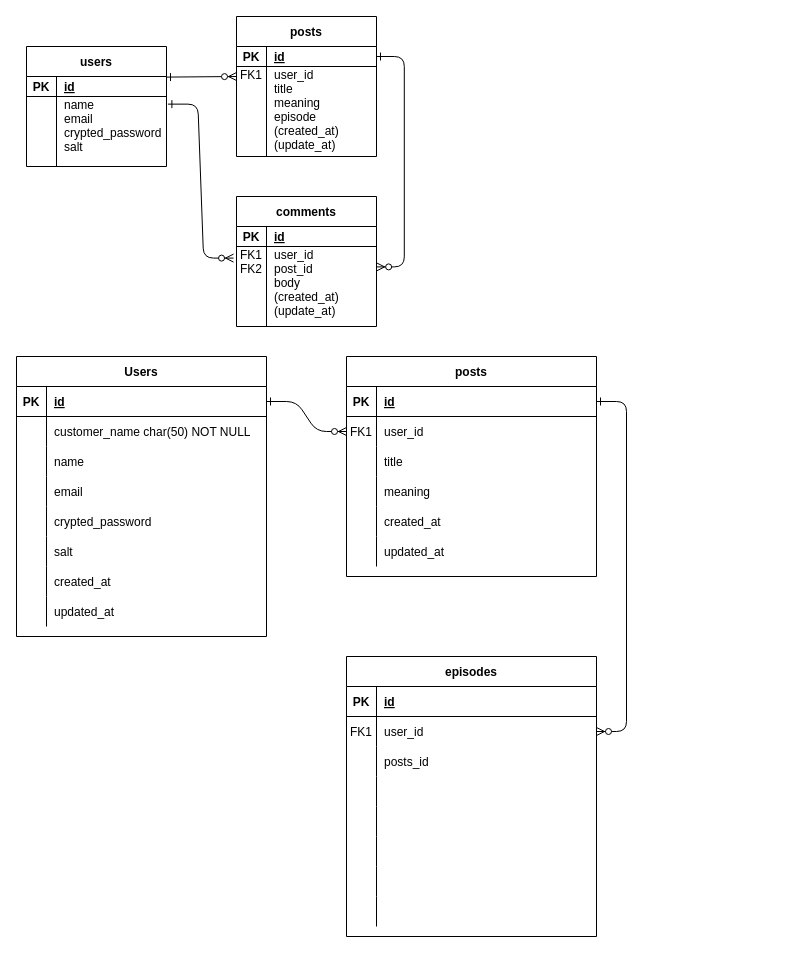
Earlier version of the draw.io diagram Group1_ER図.drawio (RUNTEQ-62-GROUP-DEVELOPMENT/Group1). Source tidied: cells renumbered, new cells numbered last; positions are measured from the earlier drawing's top-left corner, leaving out a move shared by most shapes. Both pictures are drawn from the tidied source at 100%, with x=0, y=0 at pixel (16, 16).
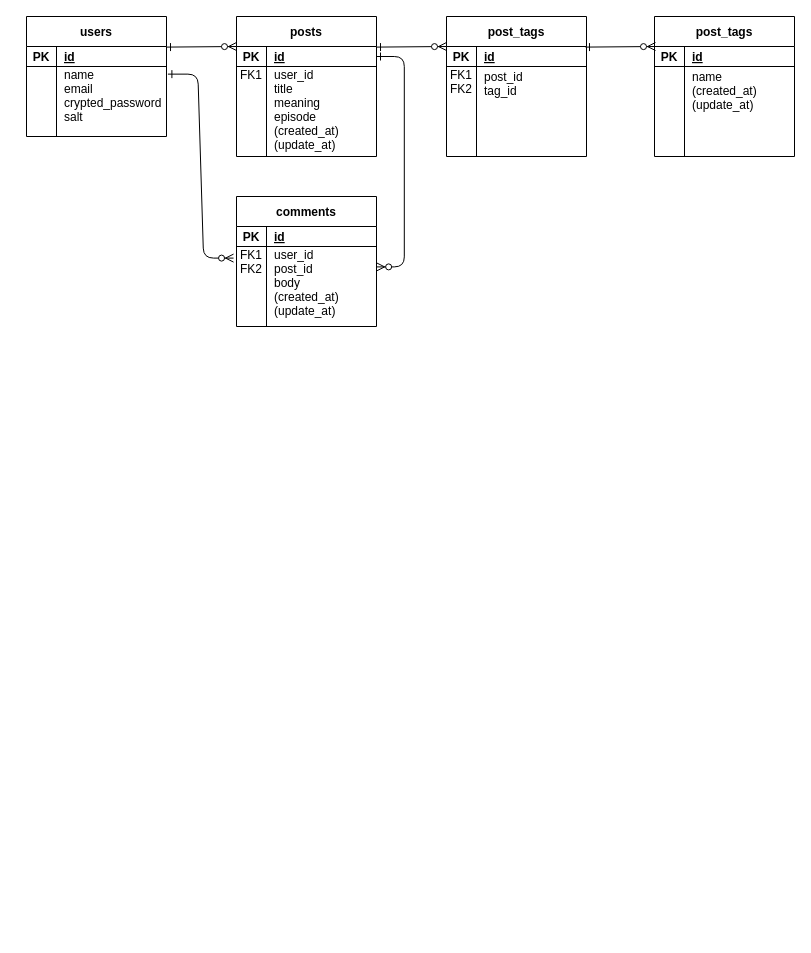
The same diagram, later.

Commit message:
Group1_ER図.drawio_タグ機能の追加

Unchanged cells that the change refers to:
```xml
<mxCell id="12" style="shape=partialRectangle;fillColor=none;points=[[0,0.5],[1,0.5]];portConstraint=eastwest;top=0;left=0;right=0;bottom=1;" parent="11" vertex="1">
  <mxGeometry y="30" width="140" height="20" as="geometry" />
</mxCell>
<mxCell id="22" style="shape=partialRectangle;fillColor=none;points=[[0,0.5],[1,0.5]];portConstraint=eastwest;top=0;left=0;right=0;bottom=0;" parent="18" vertex="1">
  <mxGeometry y="50" width="140" height="80" as="geometry" />
</mxCell>
```

Diff of the diagram source:
```diff
@@
     <mxCell id="2" style="endArrow=ERzeroToMany;startArrow=ERone;endFill=1;startFill=0;exitX=1;exitY=0.5;exitDx=0;exitDy=0;edgeStyle=elbowEdgeStyle;entryX=1.001;entryY=0.255;entryDx=0;entryDy=0;elbow=horizontal;entryPerimeter=0;" parent="1" edge="1" source="12" target="22">
       <mxGeometry relative="1" as="geometry">
         <Array as="points">
-          <mxPoint x="387.8" y="200" />
+          <mxPoint x="387.8" y="170" />
         </Array>
       </mxGeometry>
     </mxCell>
     <mxCell id="3" value="users" style="shape=table;startSize=30;childLayout=tableLayout;rowLines=0;fontStyle=1;align=center;" parent="1" vertex="1">
-      <mxGeometry x="10" y="30" width="140" height="120" as="geometry" />
+      <mxGeometry x="10" width="140" height="120" as="geometry" />
     </mxCell>
@@
     <mxCell id="25" style="endArrow=ERzeroToMany;startArrow=ERone;endFill=1;startFill=0;" parent="1" edge="1">
       <mxGeometry relative="1" as="geometry">
-        <mxPoint x="150" y="60.6" as="sourcePoint" />
-        <mxPoint x="220" y="60" as="targetPoint" />
+        <mxPoint x="150" y="30.6" as="sourcePoint" />
+        <mxPoint x="220" y="30" as="targetPoint" />
       </mxGeometry>
     </mxCell>
-    <mxCell id="26" style="edgeStyle=entityRelationEdgeStyle;endArrow=ERzeroToMany;startArrow=ERone;endFill=1;startFill=0;" parent="1" edge="1" source="73" target="32">
-      <mxGeometry relative="1" as="geometry" />
-    </mxCell>
-    <mxCell id="27" style="edgeStyle=entityRelationEdgeStyle;endArrow=ERzeroToMany;startArrow=ERone;endFill=1;startFill=0;" parent="1" edge="1" source="29" target="51">
-      <mxGeometry relative="1" as="geometry" />
-    </mxCell>
-    <mxCell id="28" value="posts" style="shape=table;startSize=30;childLayout=tableLayout;rowLines=0;fontStyle=1;align=center;" parent="1" vertex="1">
-      <mxGeometry x="330" y="340" width="250" height="220" as="geometry" />
-    </mxCell>
-    <mxCell id="29" style="shape=partialRectangle;fillColor=none;points=[[0,0.5],[1,0.5]];portConstraint=eastwest;top=0;left=0;right=0;bottom=1;" parent="28" vertex="1">
-      <mxGeometry y="30" width="250" height="30" as="geometry" />
-    </mxCell>
-    <mxCell id="30" value="PK" style="shape=partialRectangle;overflow=hidden;fillColor=none;top=0;left=0;bottom=0;right=0;fontStyle=1;" parent="29" vertex="1">
-      <mxGeometry width="30" height="30" as="geometry" />
-    </mxCell>
-    <mxCell id="31" value="id" style="shape=partialRectangle;overflow=hidden;fillColor=none;top=0;left=0;bottom=0;right=0;align=left;spacingLeft=6;fontStyle=5;" parent="29" vertex="1">
-      <mxGeometry x="30" width="220" height="30" as="geometry" />
-    </mxCell>
-    <mxCell id="32" style="shape=partialRectangle;fillColor=none;points=[[0,0.5],[1,0.5]];portConstraint=eastwest;top=0;left=0;right=0;bottom=0;" parent="28" vertex="1">
-      <mxGeometry y="60" width="250" height="30" as="geometry" />
-    </mxCell>
-    <mxCell id="33" value="FK1" style="shape=partialRectangle;overflow=hidden;fillColor=none;top=0;left=0;bottom=0;right=0;" parent="32" vertex="1">
-      <mxGeometry width="30" height="30" as="geometry" />
-    </mxCell>
-    <mxCell id="34" value="user_id" style="shape=partialRectangle;overflow=hidden;fillColor=none;top=0;left=0;bottom=0;right=0;align=left;spacingLeft=6;" parent="32" vertex="1">
-      <mxGeometry x="30" width="220" height="30" as="geometry" />
-    </mxCell>
-    <mxCell id="35" style="shape=partialRectangle;fillColor=none;top=0;left=0;right=0;bottom=0;" parent="28" vertex="1">
-      <mxGeometry y="90" width="250" height="30" as="geometry" />
-    </mxCell>
-    <mxCell id="36" style="shape=partialRectangle;overflow=hidden;fillColor=none;top=0;left=0;bottom=0;right=0;" parent="35" vertex="1">
-      <mxGeometry width="30" height="30" as="geometry" />
-    </mxCell>
-    <mxCell id="37" value="title" style="shape=partialRectangle;overflow=hidden;fillColor=none;top=0;left=0;bottom=0;right=0;align=left;spacingLeft=6;" parent="35" vertex="1">
-      <mxGeometry x="30" width="220" height="30" as="geometry" />
-    </mxCell>
-    <mxCell id="38" style="shape=partialRectangle;fillColor=none;top=0;left=0;right=0;bottom=0;" parent="28" vertex="1">
-      <mxGeometry y="120" width="250" height="30" as="geometry" />
-    </mxCell>
-    <mxCell id="39" style="shape=partialRectangle;overflow=hidden;fillColor=none;top=0;left=0;bottom=0;right=0;" parent="38" vertex="1">
-      <mxGeometry width="30" height="30" as="geometry" />
-    </mxCell>
-    <mxCell id="40" value="meaning" style="shape=partialRectangle;overflow=hidden;fillColor=none;top=0;left=0;bottom=0;right=0;align=left;spacingLeft=6;" parent="38" vertex="1">
-      <mxGeometry x="30" width="220" height="30" as="geometry" />
-    </mxCell>
-    <mxCell id="41" style="shape=partialRectangle;fillColor=none;top=0;left=0;right=0;bottom=0;" parent="28" vertex="1">
-      <mxGeometry y="150" width="250" height="30" as="geometry" />
-    </mxCell>
-    <mxCell id="42" style="shape=partialRectangle;overflow=hidden;fillColor=none;top=0;left=0;bottom=0;right=0;" parent="41" vertex="1">
-      <mxGeometry width="30" height="30" as="geometry" />
-    </mxCell>
-    <mxCell id="43" value="created_at" style="shape=partialRectangle;overflow=hidden;fillColor=none;top=0;left=0;bottom=0;right=0;align=left;spacingLeft=6;" parent="41" vertex="1">
-      <mxGeometry x="30" width="220" height="30" as="geometry" />
-    </mxCell>
-    <mxCell id="44" style="shape=partialRectangle;fillColor=none;top=0;left=0;right=0;bottom=0;" parent="28" vertex="1">
-      <mxGeometry y="180" width="250" height="30" as="geometry" />
-    </mxCell>
-    <mxCell id="45" style="shape=partialRectangle;overflow=hidden;fillColor=none;top=0;left=0;bottom=0;right=0;" parent="44" vertex="1">
-      <mxGeometry width="30" height="30" as="geometry" />
-    </mxCell>
-    <mxCell id="46" value="updated_at" style="shape=partialRectangle;overflow=hidden;fillColor=none;top=0;left=0;bottom=0;right=0;align=left;spacingLeft=6;" parent="44" vertex="1">
-      <mxGeometry x="30" width="220" height="30" as="geometry" />
-    </mxCell>
-    <mxCell id="47" value="episodes" style="shape=table;startSize=30;childLayout=tableLayout;rowLines=0;fontStyle=1;align=center;" parent="1" vertex="1">
-      <mxGeometry x="330" y="640" width="250" height="280" as="geometry" />
-    </mxCell>
-    <mxCell id="48" style="shape=partialRectangle;fillColor=none;top=0;left=0;right=0;bottom=1;" parent="47" vertex="1">
-      <mxGeometry y="30" width="250" height="30" as="geometry" />
-    </mxCell>
-    <mxCell id="49" value="PK" style="shape=partialRectangle;overflow=hidden;fillColor=none;top=0;left=0;bottom=0;right=0;fontStyle=1;" parent="48" vertex="1">
-      <mxGeometry width="30" height="30" as="geometry" />
-    </mxCell>
-    <mxCell id="50" value="id" style="shape=partialRectangle;overflow=hidden;fillColor=none;top=0;left=0;bottom=0;right=0;align=left;spacingLeft=6;fontStyle=5;" parent="48" vertex="1">
-      <mxGeometry x="30" width="220" height="30" as="geometry" />
-    </mxCell>
-    <mxCell id="51" style="shape=partialRectangle;fillColor=none;points=[[0,0.5],[1,0.5]];portConstraint=eastwest;top=0;left=0;right=0;bottom=0;" parent="47" vertex="1">
-      <mxGeometry y="60" width="250" height="30" as="geometry" />
-    </mxCell>
-    <mxCell id="52" value="FK1" style="shape=partialRectangle;overflow=hidden;fillColor=none;top=0;left=0;bottom=0;right=0;" parent="51" vertex="1">
-      <mxGeometry width="30" height="30" as="geometry" />
-    </mxCell>
-    <mxCell id="53" value="user_id" style="shape=partialRectangle;overflow=hidden;fillColor=none;top=0;left=0;bottom=0;right=0;align=left;spacingLeft=6;" parent="51" vertex="1">
-      <mxGeometry x="30" width="220" height="30" as="geometry" />
-    </mxCell>
-    <mxCell id="54" style="shape=partialRectangle;fillColor=none;top=0;left=0;right=0;bottom=0;" parent="47" vertex="1">
-      <mxGeometry y="90" width="250" height="30" as="geometry" />
-    </mxCell>
-    <mxCell id="55" style="shape=partialRectangle;overflow=hidden;fillColor=none;top=0;left=0;bottom=0;right=0;" parent="54" vertex="1">
-      <mxGeometry width="30" height="30" as="geometry" />
-    </mxCell>
-    <mxCell id="56" value="posts_id" style="shape=partialRectangle;overflow=hidden;fillColor=none;top=0;left=0;bottom=0;right=0;align=left;spacingLeft=6;" parent="54" vertex="1">
-      <mxGeometry x="30" width="220" height="30" as="geometry" />
-    </mxCell>
-    <mxCell id="57" style="shape=partialRectangle;fillColor=none;top=0;left=0;right=0;bottom=0;" parent="47" vertex="1">
-      <mxGeometry y="120" width="250" height="30" as="geometry" />
-    </mxCell>
-    <mxCell id="58" style="shape=partialRectangle;overflow=hidden;fillColor=none;top=0;left=0;bottom=0;right=0;" parent="57" vertex="1">
-      <mxGeometry width="30" height="30" as="geometry" />
-    </mxCell>
-    <mxCell id="59" style="shape=partialRectangle;overflow=hidden;fillColor=none;top=0;left=0;bottom=0;right=0;align=left;spacingLeft=6;" parent="57" vertex="1">
-      <mxGeometry x="30" width="220" height="30" as="geometry" />
-    </mxCell>
-    <mxCell id="60" style="shape=partialRectangle;fillColor=none;top=0;left=0;right=0;bottom=0;" parent="47" vertex="1">
-      <mxGeometry y="150" width="250" height="30" as="geometry" />
-    </mxCell>
-    <mxCell id="61" style="shape=partialRectangle;overflow=hidden;fillColor=none;top=0;left=0;bottom=0;right=0;" parent="60" vertex="1">
-      <mxGeometry width="30" height="30" as="geometry" />
-    </mxCell>
-    <mxCell id="62" style="shape=partialRectangle;overflow=hidden;fillColor=none;top=0;left=0;bottom=0;right=0;align=left;spacingLeft=6;" parent="60" vertex="1">
-      <mxGeometry x="30" width="220" height="30" as="geometry" />
-    </mxCell>
-    <mxCell id="63" style="shape=partialRectangle;fillColor=none;top=0;left=0;right=0;bottom=0;" parent="47" vertex="1">
-      <mxGeometry y="180" width="250" height="30" as="geometry" />
-    </mxCell>
-    <mxCell id="64" style="shape=partialRectangle;overflow=hidden;fillColor=none;top=0;left=0;bottom=0;right=0;" parent="63" vertex="1">
-      <mxGeometry width="30" height="30" as="geometry" />
-    </mxCell>
-    <mxCell id="65" style="shape=partialRectangle;overflow=hidden;fillColor=none;top=0;left=0;bottom=0;right=0;align=left;spacingLeft=6;" parent="63" vertex="1">
-      <mxGeometry x="30" width="220" height="30" as="geometry" />
-    </mxCell>
-    <mxCell id="66" style="shape=partialRectangle;fillColor=none;top=0;left=0;right=0;bottom=0;" parent="47" vertex="1">
-      <mxGeometry y="210" width="250" height="30" as="geometry" />
-    </mxCell>
-    <mxCell id="67" style="shape=partialRectangle;overflow=hidden;fillColor=none;top=0;left=0;bottom=0;right=0;" parent="66" vertex="1">
-      <mxGeometry width="30" height="30" as="geometry" />
-    </mxCell>
-    <mxCell id="68" style="shape=partialRectangle;overflow=hidden;fillColor=none;top=0;left=0;bottom=0;right=0;align=left;spacingLeft=6;" parent="66" vertex="1">
-      <mxGeometry x="30" width="220" height="30" as="geometry" />
-    </mxCell>
-    <mxCell id="69" style="shape=partialRectangle;fillColor=none;top=0;left=0;right=0;bottom=0;" parent="47" vertex="1">
-      <mxGeometry y="240" width="250" height="30" as="geometry" />
-    </mxCell>
-    <mxCell id="70" style="shape=partialRectangle;overflow=hidden;fillColor=none;top=0;left=0;bottom=0;right=0;" parent="69" vertex="1">
-      <mxGeometry width="30" height="30" as="geometry" />
-    </mxCell>
-    <mxCell id="71" style="shape=partialRectangle;overflow=hidden;fillColor=none;top=0;left=0;bottom=0;right=0;align=left;spacingLeft=6;" parent="69" vertex="1">
-      <mxGeometry x="30" width="220" height="30" as="geometry" />
-    </mxCell>
-    <mxCell id="72" value="Users" style="shape=table;startSize=30;childLayout=tableLayout;rowLines=0;fontStyle=1;align=center;" parent="1" vertex="1">
-      <mxGeometry y="340" width="250" height="280" as="geometry" />
-    </mxCell>
-    <mxCell id="73" style="shape=partialRectangle;fillColor=none;points=[[0,0.5],[1,0.5]];portConstraint=eastwest;top=0;left=0;right=0;bottom=1;" parent="72" vertex="1">
-      <mxGeometry y="30" width="250" height="30" as="geometry" />
-    </mxCell>
-    <mxCell id="74" value="PK" style="shape=partialRectangle;overflow=hidden;fillColor=none;top=0;left=0;bottom=0;right=0;fontStyle=1;" parent="73" vertex="1">
-      <mxGeometry width="30" height="30" as="geometry" />
-    </mxCell>
-    <mxCell id="75" value="id" style="shape=partialRectangle;overflow=hidden;fillColor=none;top=0;left=0;bottom=0;right=0;align=left;spacingLeft=6;fontStyle=5;" parent="73" vertex="1">
-      <mxGeometry x="30" width="220" height="30" as="geometry" />
-    </mxCell>
-    <mxCell id="76" style="shape=partialRectangle;fillColor=none;top=0;left=0;right=0;bottom=0;" parent="72" vertex="1">
-      <mxGeometry y="60" width="250" height="30" as="geometry" />
-    </mxCell>
-    <mxCell id="77" style="shape=partialRectangle;overflow=hidden;fillColor=none;top=0;left=0;bottom=0;right=0;" parent="76" vertex="1">
-      <mxGeometry width="30" height="30" as="geometry" />
-    </mxCell>
-    <mxCell id="78" value="customer_name char(50) NOT NULL" style="shape=partialRectangle;overflow=hidden;fillColor=none;top=0;left=0;bottom=0;right=0;align=left;spacingLeft=6;" parent="76" vertex="1">
-      <mxGeometry x="30" width="220" height="30" as="geometry" />
-    </mxCell>
-    <mxCell id="79" style="shape=partialRectangle;fillColor=none;top=0;left=0;right=0;bottom=0;" parent="72" vertex="1">
-      <mxGeometry y="90" width="250" height="30" as="geometry" />
-    </mxCell>
-    <mxCell id="80" style="shape=partialRectangle;overflow=hidden;fillColor=none;top=0;left=0;bottom=0;right=0;" parent="79" vertex="1">
-      <mxGeometry width="30" height="30" as="geometry" />
-    </mxCell>
-    <mxCell id="81" value="name" style="shape=partialRectangle;overflow=hidden;fillColor=none;top=0;left=0;bottom=0;right=0;align=left;spacingLeft=6;" parent="79" vertex="1">
-      <mxGeometry x="30" width="220" height="30" as="geometry" />
-    </mxCell>
-    <mxCell id="82" style="shape=partialRectangle;fillColor=none;top=0;left=0;right=0;bottom=0;" parent="72" vertex="1">
-      <mxGeometry y="120" width="250" height="30" as="geometry" />
-    </mxCell>
-    <mxCell id="83" style="shape=partialRectangle;overflow=hidden;fillColor=none;top=0;left=0;bottom=0;right=0;" parent="82" vertex="1">
-      <mxGeometry width="30" height="30" as="geometry" />
-    </mxCell>
-    <mxCell id="84" value="email" style="shape=partialRectangle;overflow=hidden;fillColor=none;top=0;left=0;bottom=0;right=0;align=left;spacingLeft=6;" parent="82" vertex="1">
-      <mxGeometry x="30" width="220" height="30" as="geometry" />
-    </mxCell>
-    <mxCell id="85" style="shape=partialRectangle;fillColor=none;top=0;left=0;right=0;bottom=0;" parent="72" vertex="1">
-      <mxGeometry y="150" width="250" height="30" as="geometry" />
-    </mxCell>
-    <mxCell id="86" style="shape=partialRectangle;overflow=hidden;fillColor=none;top=0;left=0;bottom=0;right=0;" parent="85" vertex="1">
-      <mxGeometry width="30" height="30" as="geometry" />
-    </mxCell>
-    <mxCell id="87" value="crypted_password" style="shape=partialRectangle;overflow=hidden;fillColor=none;top=0;left=0;bottom=0;right=0;align=left;spacingLeft=6;" parent="85" vertex="1">
-      <mxGeometry x="30" width="220" height="30" as="geometry" />
-    </mxCell>
-    <mxCell id="88" style="shape=partialRectangle;fillColor=none;top=0;left=0;right=0;bottom=0;" parent="72" vertex="1">
-      <mxGeometry y="180" width="250" height="30" as="geometry" />
-    </mxCell>
-    <mxCell id="89" style="shape=partialRectangle;overflow=hidden;fillColor=none;top=0;left=0;bottom=0;right=0;" parent="88" vertex="1">
-      <mxGeometry width="30" height="30" as="geometry" />
-    </mxCell>
-    <mxCell id="90" value="salt" style="shape=partialRectangle;overflow=hidden;fillColor=none;top=0;left=0;bottom=0;right=0;align=left;spacingLeft=6;" parent="88" vertex="1">
-      <mxGeometry x="30" width="220" height="30" as="geometry" />
-    </mxCell>
-    <mxCell id="91" style="shape=partialRectangle;fillColor=none;top=0;left=0;right=0;bottom=0;" parent="72" vertex="1">
-      <mxGeometry y="210" width="250" height="30" as="geometry" />
-    </mxCell>
-    <mxCell id="92" style="shape=partialRectangle;overflow=hidden;fillColor=none;top=0;left=0;bottom=0;right=0;" parent="91" vertex="1">
-      <mxGeometry width="30" height="30" as="geometry" />
-    </mxCell>
-    <mxCell id="93" value="created_at" style="shape=partialRectangle;overflow=hidden;fillColor=none;top=0;left=0;bottom=0;right=0;align=left;spacingLeft=6;" parent="91" vertex="1">
-      <mxGeometry x="30" width="220" height="30" as="geometry" />
-    </mxCell>
-    <mxCell id="94" style="shape=partialRectangle;fillColor=none;top=0;left=0;right=0;bottom=0;" parent="72" vertex="1">
-      <mxGeometry y="240" width="250" height="30" as="geometry" />
-    </mxCell>
-    <mxCell id="95" style="shape=partialRectangle;overflow=hidden;fillColor=none;top=0;left=0;bottom=0;right=0;" parent="94" vertex="1">
-      <mxGeometry width="30" height="30" as="geometry" />
-    </mxCell>
-    <mxCell id="96" value="updated_at" style="shape=partialRectangle;overflow=hidden;fillColor=none;top=0;left=0;bottom=0;right=0;align=left;spacingLeft=6;" parent="94" vertex="1">
-      <mxGeometry x="30" width="220" height="30" as="geometry" />
-    </mxCell>
+    <mxCell id="97" value="post_tags" style="shape=table;startSize=30;childLayout=tableLayout;rowLines=0;fontStyle=1;align=center;" parent="1" vertex="1">
+      <mxGeometry x="430" width="140" height="140" as="geometry" />
+    </mxCell>
+    <mxCell id="98" style="shape=partialRectangle;fillColor=none;top=0;left=0;right=0;bottom=1;" parent="97" vertex="1">
+      <mxGeometry y="30" width="140" height="20" as="geometry" />
+    </mxCell>
+    <mxCell id="99" value="PK" style="shape=partialRectangle;overflow=hidden;fillColor=none;top=0;left=0;bottom=0;right=0;fontStyle=1;" parent="98" vertex="1">
+      <mxGeometry width="30" height="20" as="geometry" />
+    </mxCell>
+    <mxCell id="100" value="id" style="shape=partialRectangle;overflow=hidden;fillColor=none;top=0;left=0;bottom=0;right=0;align=left;spacingLeft=6;fontStyle=5;" parent="98" vertex="1">
+      <mxGeometry x="30" width="110" height="20" as="geometry" />
+    </mxCell>
+    <mxCell id="101" style="shape=partialRectangle;fillColor=none;top=0;left=0;right=0;bottom=0;" parent="97" vertex="1">
+      <mxGeometry y="50" width="140" height="90" as="geometry" />
+    </mxCell>
+    <mxCell id="102" value="FK1&#10;FK2&#10;&#10;&#10;&#10;&#10;" style="shape=partialRectangle;overflow=hidden;fillColor=none;top=0;left=0;bottom=0;right=0;" parent="101" vertex="1">
+      <mxGeometry width="30" height="90" as="geometry" />
+    </mxCell>
+    <mxCell id="103" value="post_id&#10;tag_id&#10;&#10;&#10;&#10;" style="shape=partialRectangle;overflow=hidden;fillColor=none;top=0;left=0;bottom=0;right=0;align=left;spacingLeft=6;" parent="101" vertex="1">
+      <mxGeometry x="30" width="110" height="90" as="geometry" />
+    </mxCell>
+    <mxCell id="104" value="post_tags" style="shape=table;startSize=30;childLayout=tableLayout;rowLines=0;fontStyle=1;align=center;" parent="1" vertex="1">
+      <mxGeometry x="638" width="140" height="140" as="geometry" />
+    </mxCell>
+    <mxCell id="105" style="shape=partialRectangle;fillColor=none;top=0;left=0;right=0;bottom=1;" parent="104" vertex="1">
+      <mxGeometry y="30" width="140" height="20" as="geometry" />
+    </mxCell>
+    <mxCell id="106" value="PK" style="shape=partialRectangle;overflow=hidden;fillColor=none;top=0;left=0;bottom=0;right=0;fontStyle=1;" parent="105" vertex="1">
+      <mxGeometry width="30" height="20" as="geometry" />
+    </mxCell>
+    <mxCell id="107" value="id" style="shape=partialRectangle;overflow=hidden;fillColor=none;top=0;left=0;bottom=0;right=0;align=left;spacingLeft=6;fontStyle=5;" parent="105" vertex="1">
+      <mxGeometry x="30" width="110" height="20" as="geometry" />
+    </mxCell>
+    <mxCell id="108" style="shape=partialRectangle;fillColor=none;top=0;left=0;right=0;bottom=0;" parent="104" vertex="1">
+      <mxGeometry y="50" width="140" height="90" as="geometry" />
+    </mxCell>
+    <mxCell id="109" style="shape=partialRectangle;overflow=hidden;fillColor=none;top=0;left=0;bottom=0;right=0;" parent="108" vertex="1">
+      <mxGeometry width="30" height="90" as="geometry" />
+    </mxCell>
+    <mxCell id="110" value="name&#10;(created_at)&#10;(update_at)&#10;&#10;&#10;" style="shape=partialRectangle;overflow=hidden;fillColor=none;top=0;left=0;bottom=0;right=0;align=left;spacingLeft=6;" parent="108" vertex="1">
+      <mxGeometry x="30" width="110" height="90" as="geometry" />
+    </mxCell>
+    <mxCell id="111" style="endArrow=ERzeroToMany;startArrow=ERone;endFill=1;startFill=0;" parent="1" edge="1">
+      <mxGeometry relative="1" as="geometry">
+        <mxPoint x="360" y="30.6" as="sourcePoint" />
+        <mxPoint x="430" y="30" as="targetPoint" />
+      </mxGeometry>
+    </mxCell>
+    <mxCell id="112" style="endArrow=ERzeroToMany;startArrow=ERone;endFill=1;startFill=0;" parent="1" edge="1">
+      <mxGeometry relative="1" as="geometry">
+        <mxPoint x="569" y="30.6" as="sourcePoint" />
+        <mxPoint x="639" y="30" as="targetPoint" />
+      </mxGeometry>
+    </mxCell>
```
